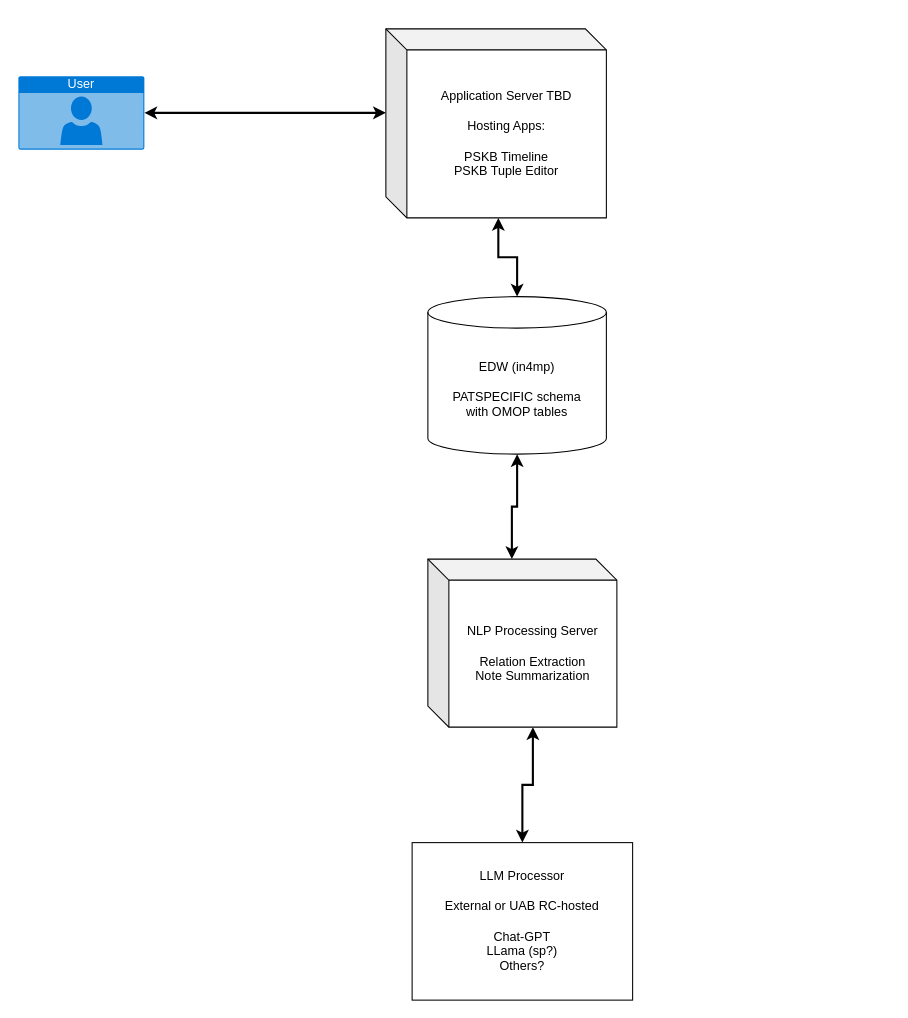
Earlier version of the draw.io diagram page "Page-1" (1 of 2) of PSKB Data Flow Diagram.drawio (ntimkovich/UAB-II-Diagrams). Source tidied: cells renumbered, new cells numbered last; positions are measured from the earlier drawing's top-left corner, leaving out a move shared by most shapes. Both pictures are drawn from the tidied source at 105%, with x=0, y=0 at pixel (18, 28).
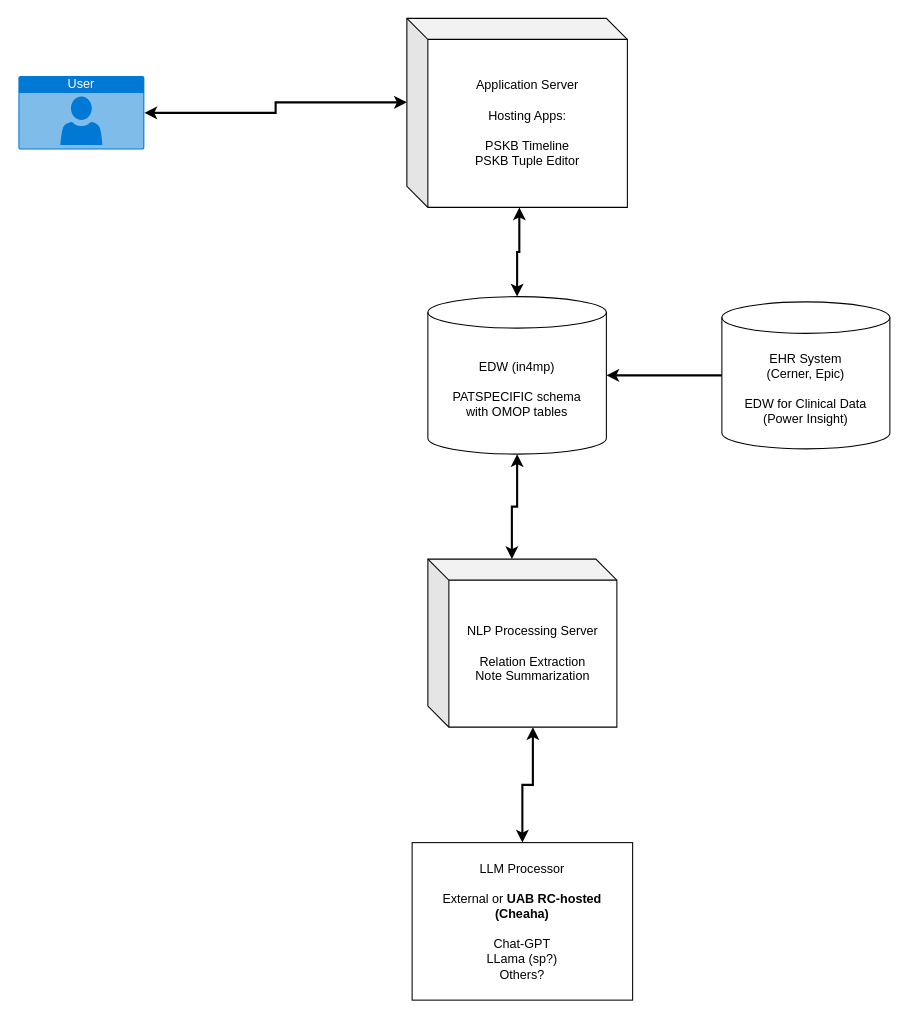
The same page after the edit.

Diff of the diagram source:
```diff
@@
 <mxGraphModel>
   <root>
     <mxCell id="0" />
     <mxCell id="1" parent="0" />
     <mxCell id="2" value="EDW (in4mp)&lt;div&gt;&lt;br&gt;&lt;/div&gt;&lt;div&gt;PATSPECIFIC schema&lt;/div&gt;&lt;div&gt;with OMOP tables&lt;/div&gt;" style="shape=cylinder3;whiteSpace=wrap;html=1;boundedLbl=1;backgroundOutline=1;size=15;" parent="1" vertex="1">
       <mxGeometry x="390" y="255" width="170" height="150" as="geometry" />
     </mxCell>
-    <mxCell id="3" value="Application Server TBD&lt;div&gt;&lt;br&gt;&lt;/div&gt;&lt;div&gt;Hosting Apps:&lt;/div&gt;&lt;div&gt;&lt;br&gt;&lt;/div&gt;&lt;div&gt;PSKB Timeline&lt;/div&gt;&lt;div&gt;PSKB Tuple Editor&lt;/div&gt;" style="shape=cube;whiteSpace=wrap;html=1;boundedLbl=1;backgroundOutline=1;darkOpacity=0.05;darkOpacity2=0.1;" parent="1" vertex="1">
-      <mxGeometry x="350" width="210" height="180" as="geometry" />
+    <mxCell id="3" value="Application Server&lt;div&gt;&lt;br&gt;&lt;/div&gt;&lt;div&gt;Hosting Apps:&lt;/div&gt;&lt;div&gt;&lt;br&gt;&lt;/div&gt;&lt;div&gt;PSKB Timeline&lt;/div&gt;&lt;div&gt;PSKB Tuple Editor&lt;/div&gt;" style="shape=cube;whiteSpace=wrap;html=1;boundedLbl=1;backgroundOutline=1;darkOpacity=0.05;darkOpacity2=0.1;" parent="1" vertex="1">
+      <mxGeometry x="370" y="-10" width="210" height="180" as="geometry" />
     </mxCell>
     <mxCell id="4" style="edgeStyle=orthogonalEdgeStyle;rounded=0;jettySize=auto;html=1;exitX=0.51;exitY=1;exitDx=0;exitDy=0;exitPerimeter=0;entryX=0.5;entryY=0;entryDx=0;entryDy=0;entryPerimeter=0;startArrow=classic;startFill=1;strokeWidth=2;" parent="1" edge="1" source="3" target="2">
       <mxGeometry relative="1" as="geometry" />
     </mxCell>
     <mxCell id="5" style="edgeStyle=orthogonalEdgeStyle;rounded=0;jettySize=auto;html=1;exitX=0;exitY=0;exitDx=100;exitDy=160;exitPerimeter=0;entryX=0.5;entryY=0;entryDx=0;entryDy=0;startArrow=classic;startFill=1;strokeWidth=2;" parent="1" edge="1" source="6" target="7">
       <mxGeometry relative="1" as="geometry" />
     </mxCell>
     <mxCell id="6" value="NLP Processing Server&lt;div&gt;&lt;br&gt;&lt;/div&gt;&lt;div&gt;Relation Extraction&lt;/div&gt;&lt;div&gt;Note Summarization&lt;/div&gt;" style="shape=cube;whiteSpace=wrap;html=1;boundedLbl=1;backgroundOutline=1;darkOpacity=0.05;darkOpacity2=0.1;" parent="1" vertex="1">
       <mxGeometry x="390" y="505" width="180" height="160" as="geometry" />
     </mxCell>
-    <mxCell id="7" value="LLM Processor&lt;div&gt;&lt;br&gt;&lt;/div&gt;&lt;div&gt;External or UAB RC-hosted&lt;br&gt;&lt;div&gt;&lt;br&gt;&lt;/div&gt;&lt;div&gt;Chat-GPT&lt;/div&gt;&lt;div&gt;LLama (sp?)&lt;/div&gt;&lt;div&gt;Others?&lt;/div&gt;&lt;/div&gt;" style="rounded=0;whiteSpace=wrap;html=1;" parent="1" vertex="1">
+    <mxCell id="7" value="LLM Processor&lt;div&gt;&lt;br&gt;&lt;/div&gt;&lt;div&gt;External or &lt;b&gt;UAB RC-hosted&lt;/b&gt;&lt;/div&gt;&lt;div&gt;&lt;b&gt;(Cheaha)&lt;br&gt;&lt;/b&gt;&lt;div&gt;&lt;br&gt;&lt;/div&gt;&lt;div&gt;Chat-GPT&lt;/div&gt;&lt;div&gt;LLama (sp?)&lt;/div&gt;&lt;div&gt;Others?&lt;/div&gt;&lt;/div&gt;" style="rounded=0;whiteSpace=wrap;html=1;" parent="1" vertex="1">
       <mxGeometry x="375" y="775" width="210" height="150" as="geometry" />
     </mxCell>
     <mxCell id="8" style="edgeStyle=orthogonalEdgeStyle;rounded=0;jettySize=auto;html=1;exitX=0.5;exitY=1;exitDx=0;exitDy=0;exitPerimeter=0;entryX=0;entryY=0;entryDx=80;entryDy=0;entryPerimeter=0;startArrow=classic;startFill=1;strokeWidth=2;" parent="1" edge="1" source="2" target="6">
       <mxGeometry relative="1" as="geometry" />
     </mxCell>
     <mxCell id="9" value="User" style="html=1;whiteSpace=wrap;strokeColor=none;fillColor=#0079D6;labelPosition=center;verticalLabelPosition=middle;verticalAlign=top;align=center;fontSize=12;outlineConnect=0;spacingTop=-6;fontColor=#FFFFFF;sketch=0;shape=mxgraph.sitemap.user;" parent="1" vertex="1">
       <mxGeometry y="45" width="120" height="70" as="geometry" />
     </mxCell>
     <mxCell id="10" style="edgeStyle=orthogonalEdgeStyle;rounded=0;jettySize=auto;html=1;exitX=1;exitY=0.5;exitDx=0;exitDy=0;exitPerimeter=0;entryX=0;entryY=0;entryDx=0;entryDy=80;entryPerimeter=0;startArrow=classic;startFill=1;strokeWidth=2;" parent="1" edge="1" source="9" target="3">
       <mxGeometry relative="1" as="geometry" />
     </mxCell>
+    <mxCell id="11" value="EHR System&lt;div&gt;(Cerner, Epic)&lt;/div&gt;&lt;div&gt;&lt;br&gt;&lt;/div&gt;&lt;div&gt;EDW for Clinical Data&lt;br&gt;(Power Insight)&lt;/div&gt;" style="shape=cylinder3;whiteSpace=wrap;html=1;boundedLbl=1;backgroundOutline=1;size=15;" parent="1" vertex="1">
+      <mxGeometry x="670" y="260" width="160" height="140" as="geometry" />
+    </mxCell>
+    <mxCell id="12" style="edgeStyle=orthogonalEdgeStyle;rounded=0;jettySize=auto;html=1;exitX=0;exitY=0.5;exitDx=0;exitDy=0;exitPerimeter=0;entryX=1;entryY=0.5;entryDx=0;entryDy=0;entryPerimeter=0;strokeWidth=2;" parent="1" edge="1" source="11" target="2">
+      <mxGeometry relative="1" as="geometry" />
+    </mxCell>
   </root>
 </mxGraphModel>
```
